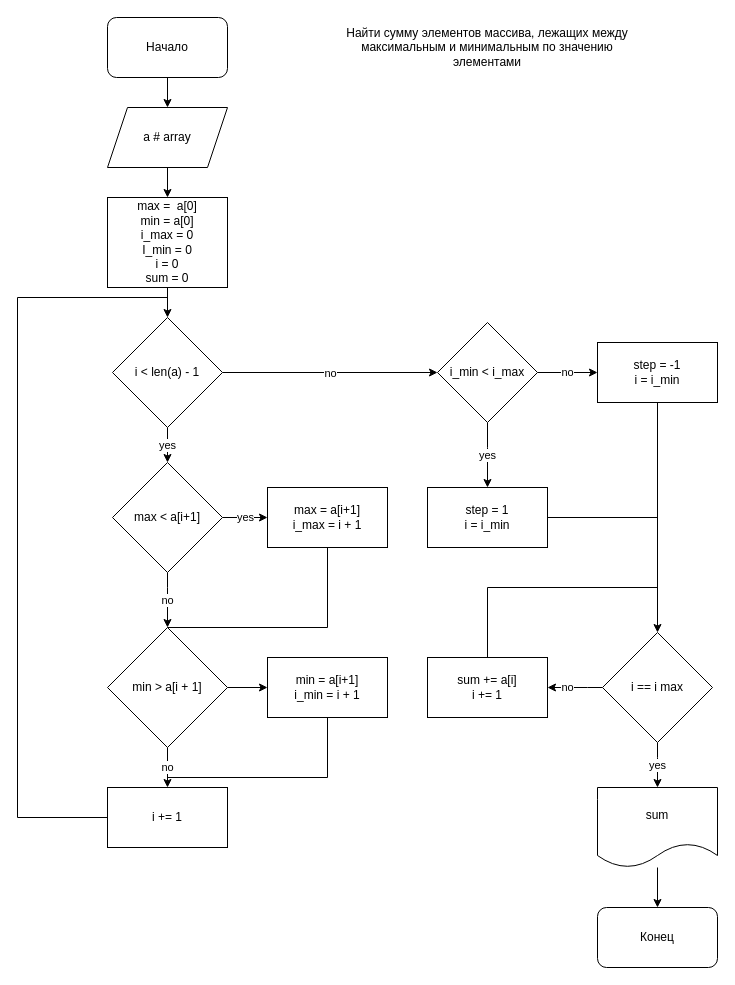
Before: programming_intro/sem2_homework/sem2_homework3.drawio in alter-mind/GbPyDev, a draw.io diagram. Source tidied: cells renumbered, new cells numbered last; positions are measured from the earlier drawing's top-left corner, leaving out a move shared by most shapes. Both pictures are drawn from the tidied source at 100%, with x=0, y=0 at pixel (17, 17).
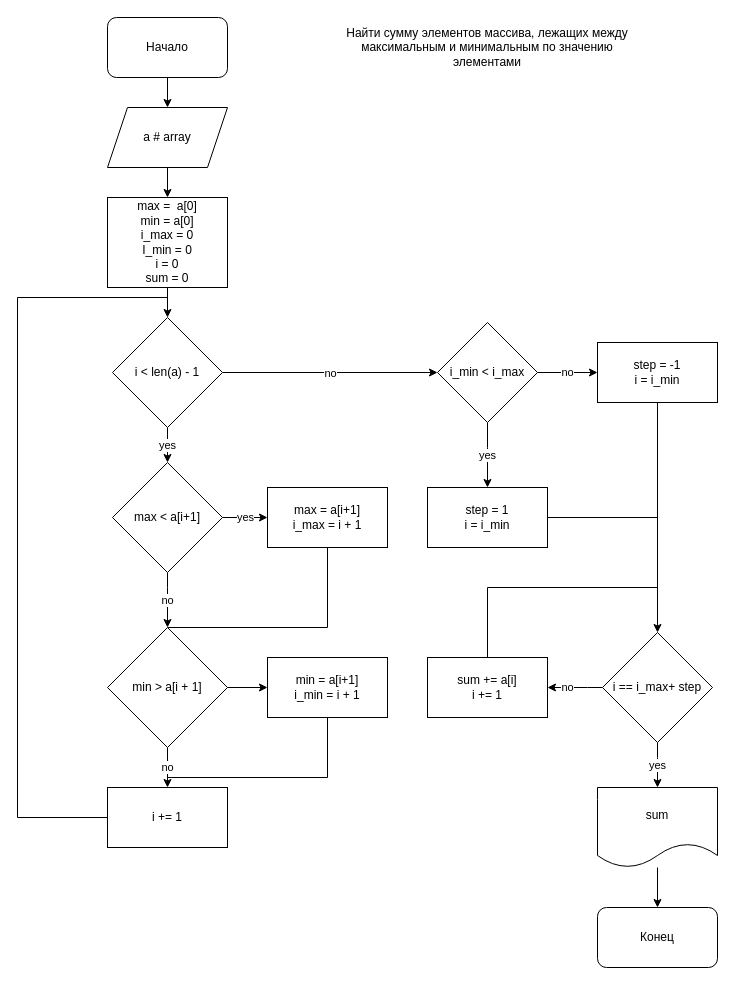
The same page after the edit.

Change to the diagram source:
```diff
@@
-    <mxCell id="30" value="i == i max" style="rhombus;whiteSpace=wrap;html=1;" parent="1" vertex="1">
+    <mxCell id="30" value="i == i_max+ step" style="rhombus;whiteSpace=wrap;html=1;" parent="1" vertex="1">
       <mxGeometry x="585" y="615" width="110" height="110" as="geometry" />
     </mxCell>
```
